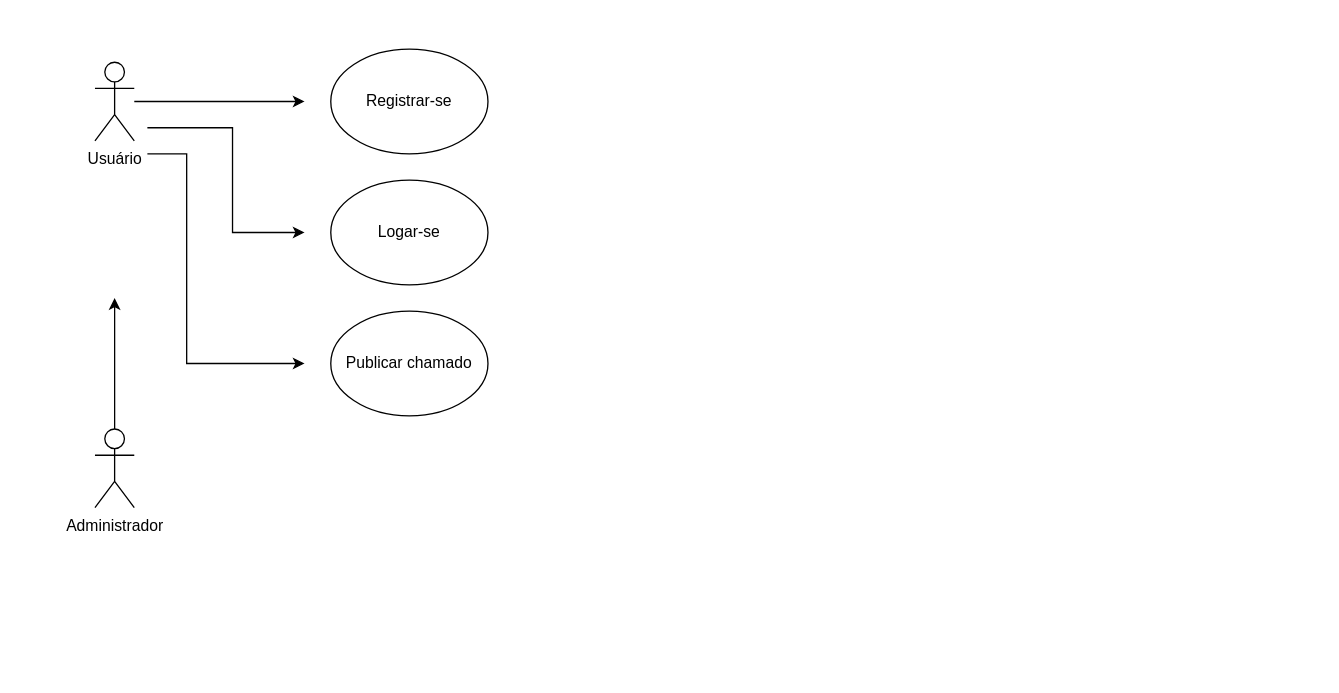
This is DiagramaDeCasoDeUso.drawio from Scoorpioon/FastHealth, a draw.io file, before an edit. Source tidied: cells renumbered, new cells numbered last; positions are measured from the earlier drawing's top-left corner, leaving out a move shared by most shapes. Both pictures are drawn from the tidied source at 131%, with x=0, y=0 at pixel (94, 48).
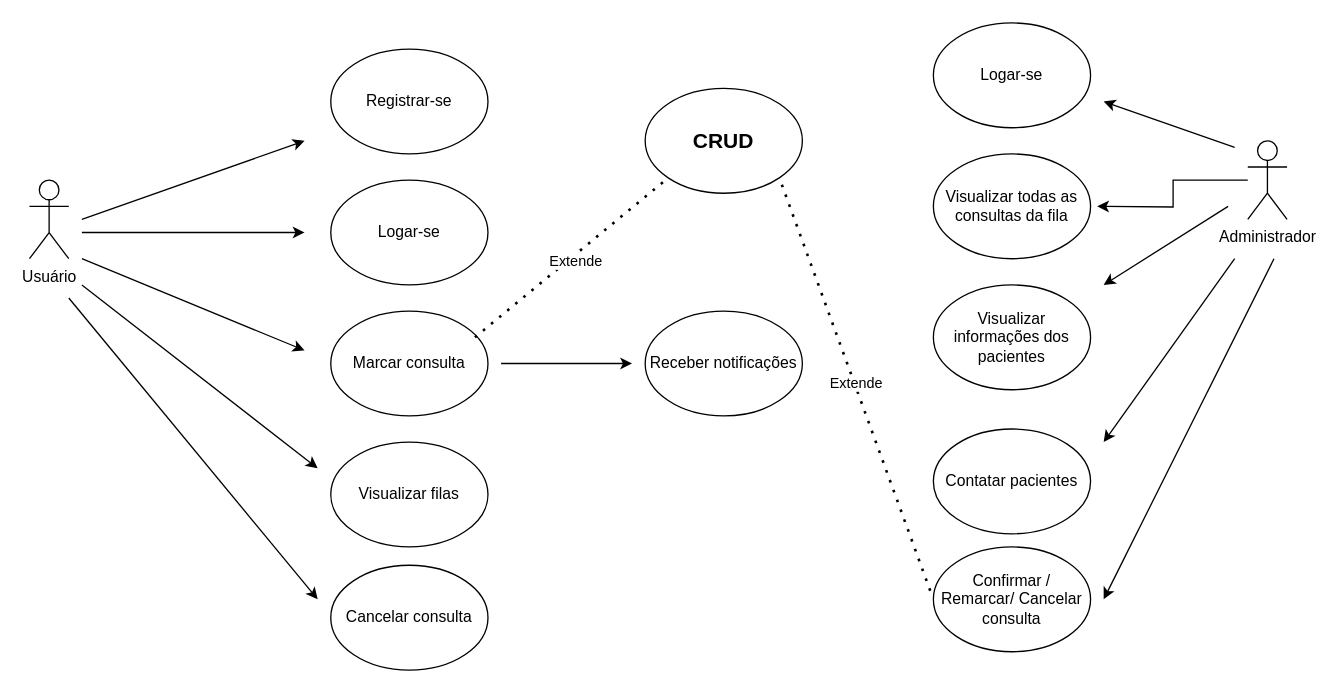
The same page after the edit.

Commit message:
Melhorias do diagrama

Change to the diagram source:
```diff
@@
-    <mxCell id="2" style="edgeStyle=orthogonalEdgeStyle;rounded=0;jettySize=auto;html=1;" parent="1" edge="1" source="3">
-      <mxGeometry relative="1" as="geometry">
-        <mxPoint x="160" y="40" as="targetPoint" />
-      </mxGeometry>
-    </mxCell>
     <mxCell id="3" value="Usuário" style="shape=umlActor;verticalLabelPosition=bottom;verticalAlign=top;html=1;outlineConnect=0;" parent="1" vertex="1">
-      <mxGeometry y="10" width="30" height="60" as="geometry" />
+      <mxGeometry x="-50" y="100" width="30" height="60" as="geometry" />
     </mxCell>
@@
-    <mxCell id="5" style="edgeStyle=orthogonalEdgeStyle;rounded=0;jettySize=auto;html=1;" parent="1" edge="1" source="6">
-      <mxGeometry relative="1" as="geometry">
-        <mxPoint x="15" y="190" as="targetPoint" />
-      </mxGeometry>
-    </mxCell>
+    <mxCell id="11" style="edgeStyle=orthogonalEdgeStyle;rounded=0;jettySize=auto;html=1;" parent="1" edge="1" source="6">
+      <mxGeometry relative="1" as="geometry">
+        <mxPoint x="765" y="120" as="targetPoint" />
+      </mxGeometry>
+    </mxCell>
     <mxCell id="6" value="Administrador" style="shape=umlActor;verticalLabelPosition=bottom;verticalAlign=top;html=1;outlineConnect=0;" parent="1" vertex="1">
-      <mxGeometry y="290" width="30" height="60" as="geometry" />
+      <mxGeometry x="880" y="70" width="30" height="60" as="geometry" />
     </mxCell>
@@
-    <mxCell id="8" style="edgeStyle=orthogonalEdgeStyle;rounded=0;orthogonalLoop=1;jettySize=auto;html=1;" parent="1" edge="1">
-      <mxGeometry relative="1" as="geometry">
-        <mxPoint x="40" y="60" as="sourcePoint" />
-        <mxPoint x="160" y="140" as="targetPoint" />
-        <Array as="points">
-          <mxPoint x="105" y="60" />
-          <mxPoint x="105" y="140" />
-          <mxPoint x="160" y="140" />
-        </Array>
-      </mxGeometry>
-    </mxCell>
-    <mxCell id="9" style="edgeStyle=orthogonalEdgeStyle;rounded=0;orthogonalLoop=1;jettySize=auto;html=1;" parent="1" edge="1">
-      <mxGeometry relative="1" as="geometry">
-        <mxPoint x="40" y="80" as="sourcePoint" />
-        <mxPoint x="160" y="240" as="targetPoint" />
-        <Array as="points">
-          <mxPoint x="70" y="80" />
-          <mxPoint x="70" y="240" />
-          <mxPoint x="160" y="240" />
-        </Array>
-      </mxGeometry>
-    </mxCell>
-    <mxCell id="10" value="Publicar chamado" style="ellipse;whiteSpace=wrap;html=1;" parent="1" vertex="1">
+    <mxCell id="10" value="Marcar consulta" style="ellipse;whiteSpace=wrap;html=1;" parent="1" vertex="1">
       <mxGeometry x="180" y="200" width="120" height="80" as="geometry" />
     </mxCell>
+    <mxCell id="12" value="Visualizar todas as consultas da fila" style="ellipse;whiteSpace=wrap;html=1;" parent="1" vertex="1">
+      <mxGeometry x="640" y="80" width="120" height="80" as="geometry" />
+    </mxCell>
+    <mxCell id="13" style="endArrow=classic;html=1;rounded=0;" parent="1" edge="1">
+      <mxGeometry relative="1" as="geometry">
+        <mxPoint x="-10" y="130" as="sourcePoint" />
+        <mxPoint x="160" y="70" as="targetPoint" />
+      </mxGeometry>
+    </mxCell>
+    <mxCell id="14" style="endArrow=classic;html=1;rounded=0;" parent="1" edge="1">
+      <mxGeometry relative="1" as="geometry">
+        <mxPoint x="-10" y="140" as="sourcePoint" />
+        <mxPoint x="160" y="140" as="targetPoint" />
+      </mxGeometry>
+    </mxCell>
+    <mxCell id="15" style="endArrow=classic;html=1;rounded=0;" parent="1" edge="1">
+      <mxGeometry relative="1" as="geometry">
+        <mxPoint x="-10" y="160" as="sourcePoint" />
+        <mxPoint x="160" y="230" as="targetPoint" />
+      </mxGeometry>
+    </mxCell>
+    <mxCell id="16" style="endArrow=classic;html=1;rounded=0;" parent="1" edge="1">
+      <mxGeometry relative="1" as="geometry">
+        <mxPoint x="-10" y="180" as="sourcePoint" />
+        <mxPoint x="170" y="320" as="targetPoint" />
+      </mxGeometry>
+    </mxCell>
+    <mxCell id="17" value="Visualizar filas" style="ellipse;whiteSpace=wrap;html=1;" parent="1" vertex="1">
+      <mxGeometry x="180" y="300" width="120" height="80" as="geometry" />
+    </mxCell>
+    <mxCell id="18" style="endArrow=classic;html=1;rounded=0;" parent="1" edge="1">
+      <mxGeometry relative="1" as="geometry">
+        <mxPoint x="865" y="120" as="sourcePoint" />
+        <mxPoint x="770" y="180" as="targetPoint" />
+      </mxGeometry>
+    </mxCell>
+    <mxCell id="19" value="Visualizar informações dos pacientes" style="ellipse;whiteSpace=wrap;html=1;" parent="1" vertex="1">
+      <mxGeometry x="640" y="180" width="120" height="80" as="geometry" />
+    </mxCell>
+    <mxCell id="20" style="endArrow=classic;html=1;rounded=0;" parent="1" edge="1">
+      <mxGeometry relative="1" as="geometry">
+        <mxPoint x="-20" y="190" as="sourcePoint" />
+        <mxPoint x="170" y="420" as="targetPoint" />
+      </mxGeometry>
+    </mxCell>
+    <mxCell id="21" value="Cancelar consulta" style="ellipse;whiteSpace=wrap;html=1;" parent="1" vertex="1">
+      <mxGeometry x="180" y="394" width="120" height="80" as="geometry" />
+    </mxCell>
+    <mxCell id="22" style="endArrow=classic;html=1;rounded=0;" parent="1" edge="1">
+      <mxGeometry relative="1" as="geometry">
+        <mxPoint x="310" y="240" as="sourcePoint" />
+        <mxPoint x="410" y="240" as="targetPoint" />
+      </mxGeometry>
+    </mxCell>
+    <mxCell id="23" value="Receber notificações" style="ellipse;whiteSpace=wrap;html=1;" parent="1" vertex="1">
+      <mxGeometry x="420" y="200" width="120" height="80" as="geometry" />
+    </mxCell>
+    <mxCell id="24" style="endArrow=classic;html=1;rounded=0;" parent="1" edge="1">
+      <mxGeometry relative="1" as="geometry">
+        <mxPoint x="870" y="75" as="sourcePoint" />
+        <mxPoint x="770" y="40" as="targetPoint" />
+      </mxGeometry>
+    </mxCell>
+    <mxCell id="25" value="Logar-se" style="ellipse;whiteSpace=wrap;html=1;" parent="1" vertex="1">
+      <mxGeometry x="640" y="-20" width="120" height="80" as="geometry" />
+    </mxCell>
+    <mxCell id="26" style="endArrow=classic;html=1;rounded=0;" parent="1" edge="1">
+      <mxGeometry relative="1" as="geometry">
+        <mxPoint x="870" y="160" as="sourcePoint" />
+        <mxPoint x="770" y="300" as="targetPoint" />
+      </mxGeometry>
+    </mxCell>
+    <mxCell id="27" value="Contatar pacientes" style="ellipse;whiteSpace=wrap;html=1;" parent="1" vertex="1">
+      <mxGeometry x="640" y="290" width="120" height="80" as="geometry" />
+    </mxCell>
+    <mxCell id="28" value="&lt;b&gt;&lt;font style=&quot;font-size: 16px;&quot;&gt;CRUD&lt;/font&gt;&lt;/b&gt;" style="ellipse;whiteSpace=wrap;html=1;" parent="1" vertex="1">
+      <mxGeometry x="420" y="30" width="120" height="80" as="geometry" />
+    </mxCell>
+    <mxCell id="29" style="endArrow=none;dashed=1;html=1;dashPattern=1 3;strokeWidth=2;rounded=0;entryX=0;entryY=1;entryDx=0;entryDy=0;exitX=0.917;exitY=0.25;exitDx=0;exitDy=0;exitPerimeter=0;" parent="1" edge="1" source="10" target="28">
+      <mxGeometry relative="1" as="geometry" />
+    </mxCell>
+    <mxCell id="30" value="Extende" style="edgeLabel;html=1;align=center;verticalAlign=middle;" parent="29" vertex="1">
+      <mxGeometry y="-4" relative="1" as="geometry" />
+    </mxCell>
+    <mxCell id="31" value="Confirmar / Remarcar/ Cancelar consulta" style="ellipse;whiteSpace=wrap;html=1;" parent="1" vertex="1">
+      <mxGeometry x="640" y="380" width="120" height="80" as="geometry" />
+    </mxCell>
+    <mxCell id="32" style="endArrow=classic;html=1;rounded=0;" parent="1" edge="1">
+      <mxGeometry relative="1" as="geometry">
+        <mxPoint x="900" y="160" as="sourcePoint" />
+        <mxPoint x="770" y="420" as="targetPoint" />
+      </mxGeometry>
+    </mxCell>
+    <mxCell id="33" style="endArrow=none;dashed=1;html=1;dashPattern=1 3;strokeWidth=2;rounded=0;exitX=-0.02;exitY=0.418;exitDx=0;exitDy=0;exitPerimeter=0;entryX=1;entryY=1;entryDx=0;entryDy=0;" parent="1" edge="1" source="31" target="28">
+      <mxGeometry relative="1" as="geometry" />
+    </mxCell>
+    <mxCell id="34" value="Extende" style="edgeLabel;html=1;align=center;verticalAlign=middle;" parent="33" vertex="1">
+      <mxGeometry x="0.01" y="-1" relative="1" as="geometry" />
+    </mxCell>
```
